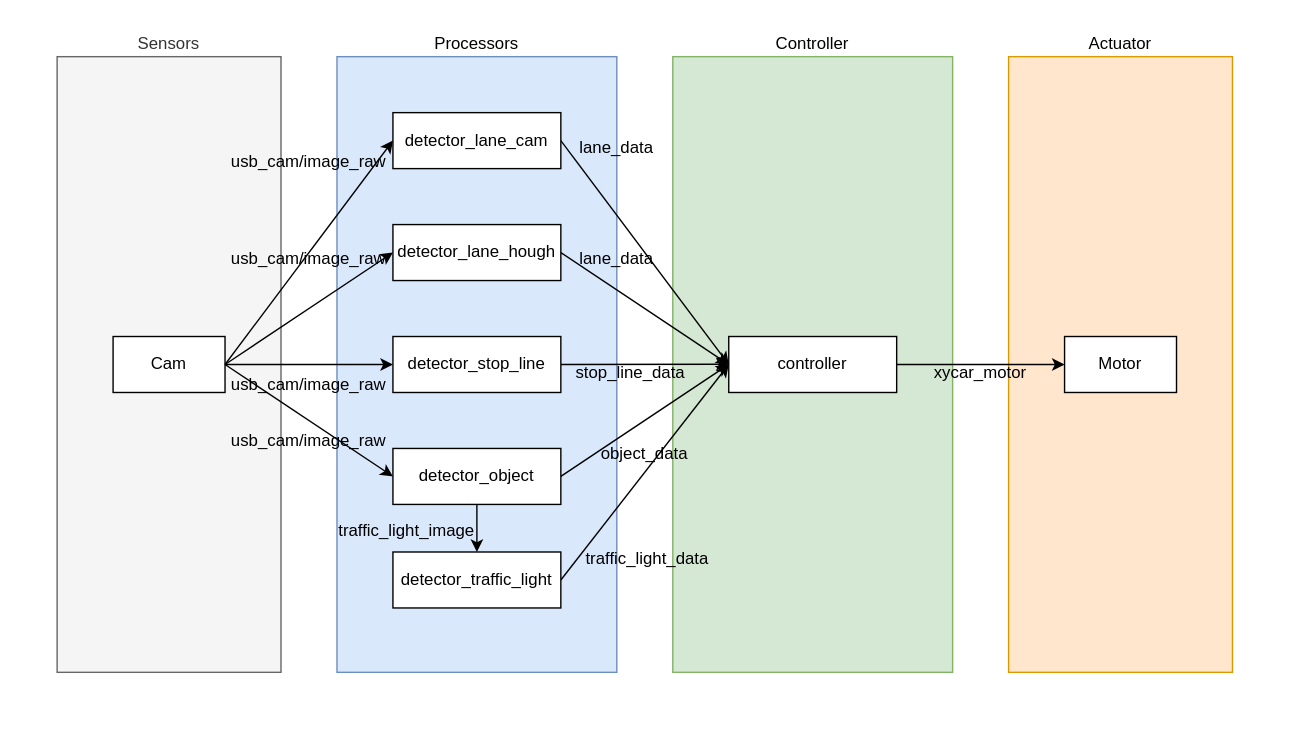
junekimdev/kdt-autodrive4-team3-week11-12 keeps this draw.io diagram as architecture.svg. Above is the earlier version. Source tidied: cells renumbered, new cells last; positions are measured from the earlier drawing's top-left corner, leaving out a move shared by most shapes. The source it was exported from:
```xml
<mxGraphModel>
  <root>
    <mxCell id="0" />
    <mxCell id="1" parent="0" />
    <mxCell id="2" style="rounded=0;whiteSpace=wrap;html=1;strokeColor=none;" parent="1" vertex="1">
      <mxGeometry width="920" height="520" as="geometry" />
    </mxCell>
    <mxCell id="3" value="Actuator" style="text;html=1;strokeColor=#d79b00;fillColor=#ffe6cc;align=center;verticalAlign=bottom;whiteSpace=wrap;rounded=0;labelPosition=center;verticalLabelPosition=top;" parent="1" vertex="1">
      <mxGeometry x="720" y="40" width="160" height="440" as="geometry" />
    </mxCell>
    <mxCell id="4" value="Controller" style="text;html=1;strokeColor=#82b366;fillColor=#d5e8d4;align=center;verticalAlign=bottom;whiteSpace=wrap;rounded=0;labelPosition=center;verticalLabelPosition=top;" parent="1" vertex="1">
      <mxGeometry x="480" y="40" width="200" height="440" as="geometry" />
    </mxCell>
    <mxCell id="5" value="Processors" style="text;html=1;strokeColor=#6c8ebf;fillColor=#dae8fc;align=center;verticalAlign=bottom;whiteSpace=wrap;rounded=0;labelPosition=center;verticalLabelPosition=top;" parent="1" vertex="1">
      <mxGeometry x="240" y="40" width="200" height="440" as="geometry" />
    </mxCell>
    <mxCell id="6" value="Sensors" style="text;html=1;strokeColor=#666666;fillColor=#f5f5f5;align=center;verticalAlign=bottom;whiteSpace=wrap;rounded=0;labelPosition=center;verticalLabelPosition=top;fontColor=#333333;" parent="1" vertex="1">
      <mxGeometry x="40" y="40" width="160" height="440" as="geometry" />
    </mxCell>
    <mxCell id="7" value="Cam" style="rounded=0;whiteSpace=wrap;html=1;" parent="6" vertex="1">
      <mxGeometry x="40" y="200" width="80" height="40" as="geometry" />
    </mxCell>
    <mxCell id="8" style="rounded=0;jettySize=auto;html=1;exitX=1;exitY=0.5;exitDx=0;exitDy=0;entryX=0;entryY=0.5;entryDx=0;entryDy=0;" parent="1" edge="1" source="7" target="11">
      <mxGeometry relative="1" as="geometry" />
    </mxCell>
    <mxCell id="9" style="rounded=0;jettySize=auto;html=1;exitX=1;exitY=0.5;exitDx=0;exitDy=0;entryX=0;entryY=0.5;entryDx=0;entryDy=0;" parent="1" edge="1" source="7" target="19">
      <mxGeometry relative="1" as="geometry" />
    </mxCell>
    <mxCell id="10" style="rounded=0;jettySize=auto;html=1;exitX=1;exitY=0.5;exitDx=0;exitDy=0;entryX=0;entryY=0.5;entryDx=0;entryDy=0;" parent="1" edge="1" source="11" target="14">
      <mxGeometry relative="1" as="geometry" />
    </mxCell>
    <mxCell id="11" value="detector_lane_cam" style="rounded=0;whiteSpace=wrap;html=1;" parent="1" vertex="1">
      <mxGeometry x="280" y="80" width="120" height="40" as="geometry" />
    </mxCell>
    <mxCell id="12" style="edgeStyle=none;rounded=0;jettySize=auto;html=1;entryX=0;entryY=0.5;entryDx=0;entryDy=0;startArrow=none;exitX=1;exitY=0.5;exitDx=0;exitDy=0;" parent="1" edge="1" source="19" target="14">
      <mxGeometry relative="1" as="geometry" />
    </mxCell>
    <mxCell id="13" style="edgeStyle=none;rounded=0;jettySize=auto;html=1;exitX=1;exitY=0.5;exitDx=0;exitDy=0;entryX=0;entryY=0.5;entryDx=0;entryDy=0;" parent="1" edge="1" source="14" target="15">
      <mxGeometry relative="1" as="geometry" />
    </mxCell>
    <mxCell id="14" value="controller" style="rounded=0;whiteSpace=wrap;html=1;" parent="1" vertex="1">
      <mxGeometry x="520" y="240" width="120" height="40" as="geometry" />
    </mxCell>
    <mxCell id="15" value="Motor" style="rounded=0;whiteSpace=wrap;html=1;" parent="1" vertex="1">
      <mxGeometry x="760" y="240" width="80" height="40" as="geometry" />
    </mxCell>
    <mxCell id="16" value="usb_cam/image_raw" style="text;html=1;strokeColor=none;fillColor=none;align=center;verticalAlign=middle;whiteSpace=wrap;rounded=0;" parent="1" vertex="1">
      <mxGeometry x="160" y="100" width="120" height="30" as="geometry" />
    </mxCell>
    <mxCell id="17" value="lane_data" style="text;html=1;strokeColor=none;fillColor=none;align=center;verticalAlign=middle;whiteSpace=wrap;rounded=0;" parent="1" vertex="1">
      <mxGeometry x="390" y="90" width="100" height="30" as="geometry" />
    </mxCell>
    <mxCell id="18" value="xycar_motor" style="text;html=1;strokeColor=none;fillColor=none;align=center;verticalAlign=middle;whiteSpace=wrap;rounded=0;" parent="1" vertex="1">
      <mxGeometry x="650" y="251" width="100" height="30" as="geometry" />
    </mxCell>
    <mxCell id="19" value="detector_lane_hough" style="rounded=0;whiteSpace=wrap;html=1;" parent="1" vertex="1">
      <mxGeometry x="280" y="160" width="120" height="40" as="geometry" />
    </mxCell>
    <mxCell id="20" value="usb_cam/image_raw" style="text;html=1;strokeColor=none;fillColor=none;align=center;verticalAlign=middle;whiteSpace=wrap;rounded=0;" parent="1" vertex="1">
      <mxGeometry x="160" y="170" width="120" height="30" as="geometry" />
    </mxCell>
    <mxCell id="21" value="lane_data" style="text;html=1;strokeColor=none;fillColor=none;align=center;verticalAlign=middle;whiteSpace=wrap;rounded=0;" parent="1" vertex="1">
      <mxGeometry x="390" y="170" width="100" height="30" as="geometry" />
    </mxCell>
    <mxCell id="22" style="edgeStyle=none;rounded=0;jettySize=auto;html=1;exitX=1;exitY=0.5;exitDx=0;exitDy=0;" parent="1" edge="1" source="23">
      <mxGeometry relative="1" as="geometry">
        <mxPoint x="520" y="259.8" as="targetPoint" />
      </mxGeometry>
    </mxCell>
    <mxCell id="23" value="detector_stop_line" style="rounded=0;whiteSpace=wrap;html=1;" parent="1" vertex="1">
      <mxGeometry x="280" y="240" width="120" height="40" as="geometry" />
    </mxCell>
    <mxCell id="24" style="edgeStyle=none;rounded=0;jettySize=auto;html=1;exitX=1;exitY=0.5;exitDx=0;exitDy=0;" parent="1" edge="1" source="25">
      <mxGeometry relative="1" as="geometry">
        <mxPoint x="520" y="260" as="targetPoint" />
      </mxGeometry>
    </mxCell>
    <mxCell id="25" value="detector_traffic_light" style="rounded=0;whiteSpace=wrap;html=1;" parent="1" vertex="1">
      <mxGeometry x="280" y="394" width="120" height="40" as="geometry" />
    </mxCell>
    <mxCell id="26" style="edgeStyle=none;rounded=0;jettySize=auto;html=1;exitX=0.5;exitY=1;exitDx=0;exitDy=0;entryX=0.5;entryY=0;entryDx=0;entryDy=0;" parent="1" edge="1" source="28" target="25">
      <mxGeometry relative="1" as="geometry" />
    </mxCell>
    <mxCell id="27" style="edgeStyle=none;rounded=0;jettySize=auto;html=1;exitX=1;exitY=0.5;exitDx=0;exitDy=0;entryX=0;entryY=0.5;entryDx=0;entryDy=0;" parent="1" edge="1" source="28" target="14">
      <mxGeometry relative="1" as="geometry" />
    </mxCell>
    <mxCell id="28" value="detector_object" style="rounded=0;whiteSpace=wrap;html=1;" parent="1" vertex="1">
      <mxGeometry x="280" y="320" width="120" height="40" as="geometry" />
    </mxCell>
    <mxCell id="29" style="edgeStyle=none;rounded=0;jettySize=auto;html=1;exitX=1;exitY=0.5;exitDx=0;exitDy=0;entryX=0;entryY=0.5;entryDx=0;entryDy=0;" parent="1" edge="1" source="7" target="23">
      <mxGeometry relative="1" as="geometry" />
    </mxCell>
    <mxCell id="30" style="edgeStyle=none;rounded=0;jettySize=auto;html=1;exitX=1;exitY=0.5;exitDx=0;exitDy=0;entryX=0;entryY=0.5;entryDx=0;entryDy=0;" parent="1" edge="1" source="7" target="28">
      <mxGeometry relative="1" as="geometry" />
    </mxCell>
    <mxCell id="31" value="usb_cam/image_raw" style="text;html=1;strokeColor=none;fillColor=none;align=center;verticalAlign=middle;whiteSpace=wrap;rounded=0;" parent="1" vertex="1">
      <mxGeometry x="160" y="260" width="120" height="30" as="geometry" />
    </mxCell>
    <mxCell id="32" value="usb_cam/image_raw" style="text;html=1;strokeColor=none;fillColor=none;align=center;verticalAlign=middle;whiteSpace=wrap;rounded=0;" parent="1" vertex="1">
      <mxGeometry x="160" y="300" width="120" height="30" as="geometry" />
    </mxCell>
    <mxCell id="33" value="traffic_light_image" style="text;html=1;strokeColor=none;fillColor=none;align=center;verticalAlign=middle;whiteSpace=wrap;rounded=0;" parent="1" vertex="1">
      <mxGeometry x="230" y="364" width="120" height="30" as="geometry" />
    </mxCell>
    <mxCell id="34" value="traffic_light_data" style="text;html=1;strokeColor=none;fillColor=none;align=center;verticalAlign=middle;whiteSpace=wrap;rounded=0;" parent="1" vertex="1">
      <mxGeometry x="402" y="384" width="120" height="30" as="geometry" />
    </mxCell>
    <mxCell id="35" value="object_data" style="text;html=1;strokeColor=none;fillColor=none;align=center;verticalAlign=middle;whiteSpace=wrap;rounded=0;" parent="1" vertex="1">
      <mxGeometry x="400" y="309" width="120" height="30" as="geometry" />
    </mxCell>
    <mxCell id="36" value="stop_line_data" style="text;html=1;strokeColor=none;fillColor=none;align=center;verticalAlign=middle;whiteSpace=wrap;rounded=0;" parent="1" vertex="1">
      <mxGeometry x="390" y="251" width="120" height="30" as="geometry" />
    </mxCell>
  </root>
</mxGraphModel>
```
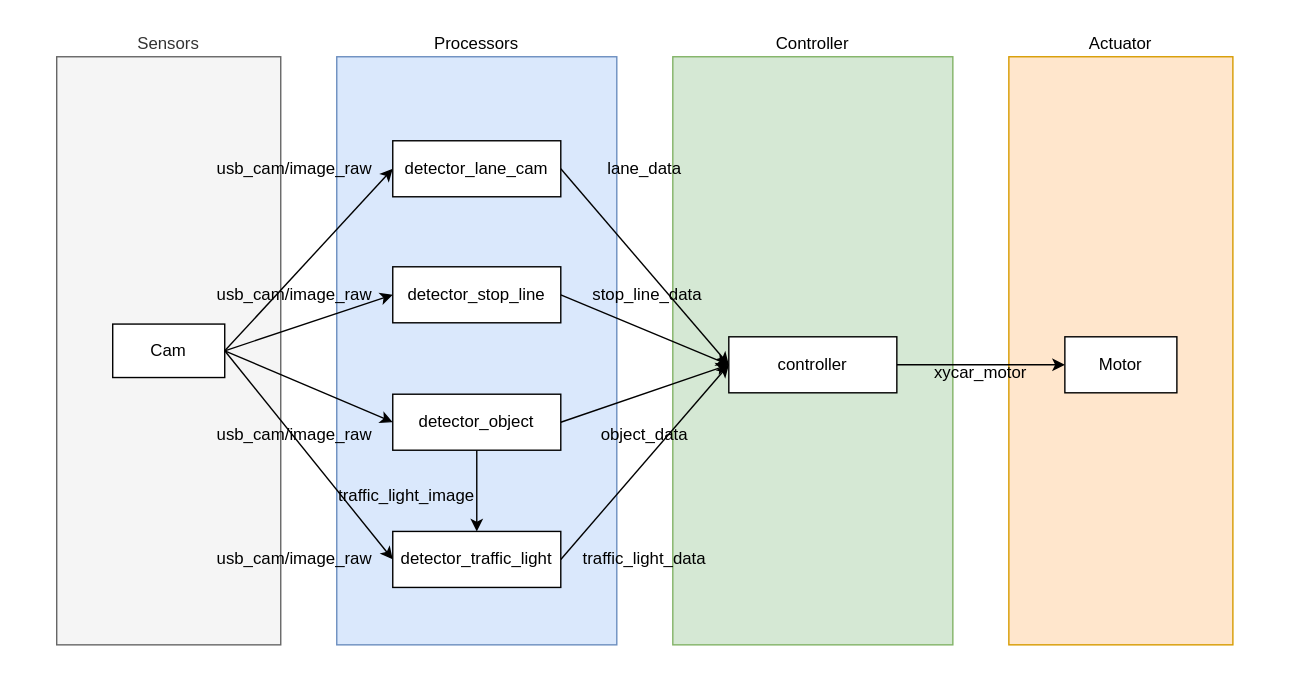
The same file after the commit.

Commit message:
Update architecture diagram

Change to the diagram source:
```diff
@@ -3,22 +3,22 @@
     <mxCell id="0" />
     <mxCell id="1" parent="0" />
     <mxCell id="2" style="rounded=0;whiteSpace=wrap;html=1;strokeColor=none;" parent="1" vertex="1">
-      <mxGeometry width="920" height="520" as="geometry" />
+      <mxGeometry width="920" height="480" as="geometry" />
     </mxCell>
     <mxCell id="3" value="Actuator" style="text;html=1;strokeColor=#d79b00;fillColor=#ffe6cc;align=center;verticalAlign=bottom;whiteSpace=wrap;rounded=0;labelPosition=center;verticalLabelPosition=top;" parent="1" vertex="1">
-      <mxGeometry x="720" y="40" width="160" height="440" as="geometry" />
+      <mxGeometry x="720" y="40" width="160" height="420" as="geometry" />
     </mxCell>
     <mxCell id="4" value="Controller" style="text;html=1;strokeColor=#82b366;fillColor=#d5e8d4;align=center;verticalAlign=bottom;whiteSpace=wrap;rounded=0;labelPosition=center;verticalLabelPosition=top;" parent="1" vertex="1">
-      <mxGeometry x="480" y="40" width="200" height="440" as="geometry" />
+      <mxGeometry x="480" y="40" width="200" height="420" as="geometry" />
     </mxCell>
     <mxCell id="5" value="Processors" style="text;html=1;strokeColor=#6c8ebf;fillColor=#dae8fc;align=center;verticalAlign=bottom;whiteSpace=wrap;rounded=0;labelPosition=center;verticalLabelPosition=top;" parent="1" vertex="1">
-      <mxGeometry x="240" y="40" width="200" height="440" as="geometry" />
+      <mxGeometry x="240" y="40" width="200" height="420" as="geometry" />
     </mxCell>
     <mxCell id="6" value="Sensors" style="text;html=1;strokeColor=#666666;fillColor=#f5f5f5;align=center;verticalAlign=bottom;whiteSpace=wrap;rounded=0;labelPosition=center;verticalLabelPosition=top;fontColor=#333333;" parent="1" vertex="1">
-      <mxGeometry x="40" y="40" width="160" height="440" as="geometry" />
+      <mxGeometry x="40" y="40" width="160" height="420" as="geometry" />
     </mxCell>
     <mxCell id="7" value="Cam" style="rounded=0;whiteSpace=wrap;html=1;" parent="6" vertex="1">
-      <mxGeometry x="40" y="200" width="80" height="40" as="geometry" />
+      <mxGeometry x="40" y="190.9" width="80" height="38.2" as="geometry" />
     </mxCell>
     <mxCell id="8" style="rounded=0;jettySize=auto;html=1;exitX=1;exitY=0.5;exitDx=0;exitDy=0;entryX=0;entryY=0.5;entryDx=0;entryDy=0;" parent="1" edge="1" source="7" target="11">
       <mxGeometry relative="1" as="geometry" />
@@ -30,7 +30,7 @@
       <mxGeometry relative="1" as="geometry" />
     </mxCell>
     <mxCell id="11" value="detector_lane_cam" style="rounded=0;whiteSpace=wrap;html=1;" parent="1" vertex="1">
-      <mxGeometry x="280" y="80" width="120" height="40" as="geometry" />
+      <mxGeometry x="280" y="100" width="120" height="40" as="geometry" />
     </mxCell>
     <mxCell id="12" style="edgeStyle=none;rounded=0;jettySize=auto;html=1;entryX=0;entryY=0.5;entryDx=0;entryDy=0;startArrow=none;exitX=1;exitY=0.5;exitDx=0;exitDy=0;" parent="1" edge="1" source="19" target="14">
       <mxGeometry relative="1" as="geometry" />
@@ -45,38 +45,27 @@
       <mxGeometry x="760" y="240" width="80" height="40" as="geometry" />
     </mxCell>
     <mxCell id="16" value="usb_cam/image_raw" style="text;html=1;strokeColor=none;fillColor=none;align=center;verticalAlign=middle;whiteSpace=wrap;rounded=0;" parent="1" vertex="1">
-      <mxGeometry x="160" y="100" width="120" height="30" as="geometry" />
+      <mxGeometry x="150" y="105" width="120" height="30" as="geometry" />
     </mxCell>
     <mxCell id="17" value="lane_data" style="text;html=1;strokeColor=none;fillColor=none;align=center;verticalAlign=middle;whiteSpace=wrap;rounded=0;" parent="1" vertex="1">
-      <mxGeometry x="390" y="90" width="100" height="30" as="geometry" />
+      <mxGeometry x="410" y="105" width="100" height="30" as="geometry" />
     </mxCell>
     <mxCell id="18" value="xycar_motor" style="text;html=1;strokeColor=none;fillColor=none;align=center;verticalAlign=middle;whiteSpace=wrap;rounded=0;" parent="1" vertex="1">
       <mxGeometry x="650" y="251" width="100" height="30" as="geometry" />
     </mxCell>
-    <mxCell id="19" value="detector_lane_hough" style="rounded=0;whiteSpace=wrap;html=1;" parent="1" vertex="1">
-      <mxGeometry x="280" y="160" width="120" height="40" as="geometry" />
+    <mxCell id="19" value="detector_stop_line" style="rounded=0;whiteSpace=wrap;html=1;" parent="1" vertex="1">
+      <mxGeometry x="280" y="190" width="120" height="40" as="geometry" />
     </mxCell>
     <mxCell id="20" value="usb_cam/image_raw" style="text;html=1;strokeColor=none;fillColor=none;align=center;verticalAlign=middle;whiteSpace=wrap;rounded=0;" parent="1" vertex="1">
-      <mxGeometry x="160" y="170" width="120" height="30" as="geometry" />
+      <mxGeometry x="150" y="195" width="120" height="30" as="geometry" />
     </mxCell>
-    <mxCell id="21" value="lane_data" style="text;html=1;strokeColor=none;fillColor=none;align=center;verticalAlign=middle;whiteSpace=wrap;rounded=0;" parent="1" vertex="1">
-      <mxGeometry x="390" y="170" width="100" height="30" as="geometry" />
-    </mxCell>
-    <mxCell id="22" style="edgeStyle=none;rounded=0;jettySize=auto;html=1;exitX=1;exitY=0.5;exitDx=0;exitDy=0;" parent="1" edge="1" source="23">
-      <mxGeometry relative="1" as="geometry">
-        <mxPoint x="520" y="259.8" as="targetPoint" />
-      </mxGeometry>
-    </mxCell>
-    <mxCell id="23" value="detector_stop_line" style="rounded=0;whiteSpace=wrap;html=1;" parent="1" vertex="1">
-      <mxGeometry x="280" y="240" width="120" height="40" as="geometry" />
-    </mxCell>
     <mxCell id="24" style="edgeStyle=none;rounded=0;jettySize=auto;html=1;exitX=1;exitY=0.5;exitDx=0;exitDy=0;" parent="1" edge="1" source="25">
       <mxGeometry relative="1" as="geometry">
         <mxPoint x="520" y="260" as="targetPoint" />
       </mxGeometry>
     </mxCell>
     <mxCell id="25" value="detector_traffic_light" style="rounded=0;whiteSpace=wrap;html=1;" parent="1" vertex="1">
-      <mxGeometry x="280" y="394" width="120" height="40" as="geometry" />
+      <mxGeometry x="280" y="379" width="120" height="40" as="geometry" />
     </mxCell>
     <mxCell id="26" style="edgeStyle=none;rounded=0;jettySize=auto;html=1;exitX=0.5;exitY=1;exitDx=0;exitDy=0;entryX=0.5;entryY=0;entryDx=0;entryDy=0;" parent="1" edge="1" source="28" target="25">
       <mxGeometry relative="1" as="geometry" />
@@ -85,31 +74,31 @@
       <mxGeometry relative="1" as="geometry" />
     </mxCell>
     <mxCell id="28" value="detector_object" style="rounded=0;whiteSpace=wrap;html=1;" parent="1" vertex="1">
-      <mxGeometry x="280" y="320" width="120" height="40" as="geometry" />
+      <mxGeometry x="280" y="281" width="120" height="40" as="geometry" />
     </mxCell>
-    <mxCell id="29" style="edgeStyle=none;rounded=0;jettySize=auto;html=1;exitX=1;exitY=0.5;exitDx=0;exitDy=0;entryX=0;entryY=0.5;entryDx=0;entryDy=0;" parent="1" edge="1" source="7" target="23">
+    <mxCell id="29" style="edgeStyle=none;rounded=0;jettySize=auto;html=1;exitX=1;exitY=0.5;exitDx=0;exitDy=0;entryX=0;entryY=0.5;entryDx=0;entryDy=0;" parent="1" edge="1" source="7" target="25">
       <mxGeometry relative="1" as="geometry" />
     </mxCell>
     <mxCell id="30" style="edgeStyle=none;rounded=0;jettySize=auto;html=1;exitX=1;exitY=0.5;exitDx=0;exitDy=0;entryX=0;entryY=0.5;entryDx=0;entryDy=0;" parent="1" edge="1" source="7" target="28">
       <mxGeometry relative="1" as="geometry" />
     </mxCell>
     <mxCell id="31" value="usb_cam/image_raw" style="text;html=1;strokeColor=none;fillColor=none;align=center;verticalAlign=middle;whiteSpace=wrap;rounded=0;" parent="1" vertex="1">
-      <mxGeometry x="160" y="260" width="120" height="30" as="geometry" />
+      <mxGeometry x="150" y="383.5" width="120" height="30" as="geometry" />
     </mxCell>
     <mxCell id="32" value="usb_cam/image_raw" style="text;html=1;strokeColor=none;fillColor=none;align=center;verticalAlign=middle;whiteSpace=wrap;rounded=0;" parent="1" vertex="1">
-      <mxGeometry x="160" y="300" width="120" height="30" as="geometry" />
+      <mxGeometry x="150" y="295" width="120" height="30" as="geometry" />
     </mxCell>
     <mxCell id="33" value="traffic_light_image" style="text;html=1;strokeColor=none;fillColor=none;align=center;verticalAlign=middle;whiteSpace=wrap;rounded=0;" parent="1" vertex="1">
-      <mxGeometry x="230" y="364" width="120" height="30" as="geometry" />
+      <mxGeometry x="230" y="339" width="120" height="30" as="geometry" />
     </mxCell>
     <mxCell id="34" value="traffic_light_data" style="text;html=1;strokeColor=none;fillColor=none;align=center;verticalAlign=middle;whiteSpace=wrap;rounded=0;" parent="1" vertex="1">
-      <mxGeometry x="402" y="384" width="120" height="30" as="geometry" />
+      <mxGeometry x="400" y="384" width="120" height="30" as="geometry" />
     </mxCell>
     <mxCell id="35" value="object_data" style="text;html=1;strokeColor=none;fillColor=none;align=center;verticalAlign=middle;whiteSpace=wrap;rounded=0;" parent="1" vertex="1">
-      <mxGeometry x="400" y="309" width="120" height="30" as="geometry" />
+      <mxGeometry x="400" y="295" width="120" height="30" as="geometry" />
     </mxCell>
     <mxCell id="36" value="stop_line_data" style="text;html=1;strokeColor=none;fillColor=none;align=center;verticalAlign=middle;whiteSpace=wrap;rounded=0;" parent="1" vertex="1">
-      <mxGeometry x="390" y="251" width="120" height="30" as="geometry" />
+      <mxGeometry x="402" y="195" width="120" height="30" as="geometry" />
     </mxCell>
   </root>
 </mxGraphModel>
```
